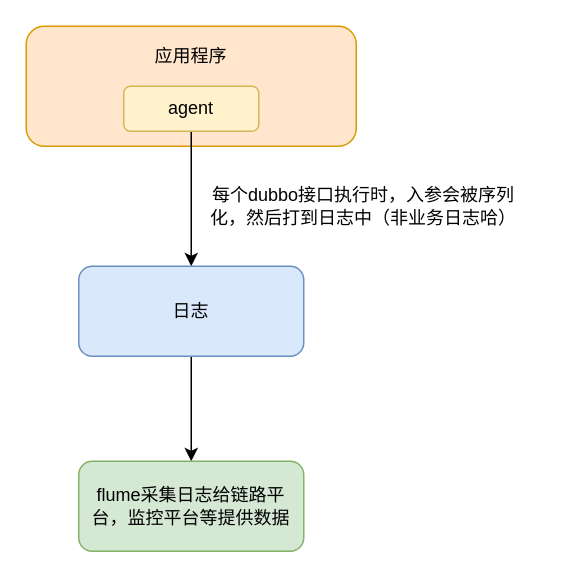
Earlier version of the draw.io diagram jvm/链路大盘.drawio (erlieStar/diagrams). Source tidied: cells renumbered, new cells numbered last; positions are measured from the earlier drawing's top-left corner, leaving out a move shared by most shapes. Both pictures are drawn from the tidied source at 150%, with x=0, y=0 at pixel (26, 26).
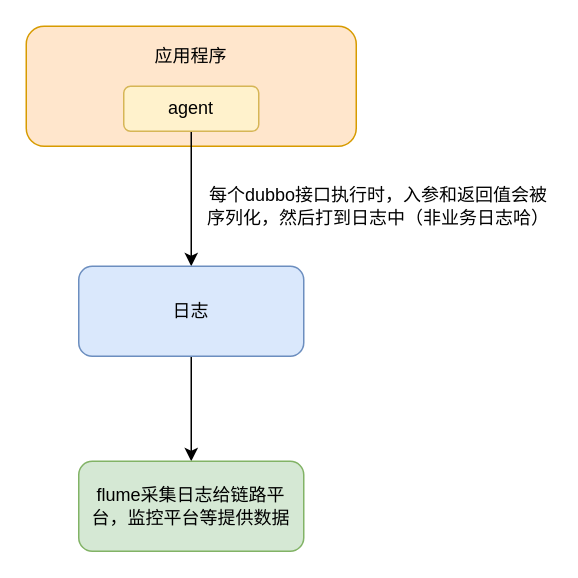
After the change.

Diff of the diagram source:
```diff
@@
 <mxGraphModel>
   <root>
     <mxCell id="0" />
     <mxCell id="1" parent="0" />
     <mxCell id="2" style="rounded=1;whiteSpace=wrap;html=1;fillColor=#ffe6cc;strokeColor=#d79b00;" parent="1" vertex="1">
       <mxGeometry width="220" height="80" as="geometry" />
     </mxCell>
     <mxCell id="3" style="edgeStyle=orthogonalEdgeStyle;rounded=0;jettySize=auto;html=1;exitX=0.5;exitY=1;exitDx=0;exitDy=0;" parent="1" edge="1" source="4" target="7">
       <mxGeometry relative="1" as="geometry" />
     </mxCell>
     <mxCell id="4" value="agent" style="rounded=1;whiteSpace=wrap;html=1;fillColor=#fff2cc;strokeColor=#d6b656;" parent="1" vertex="1">
       <mxGeometry x="65" y="40" width="90" height="30" as="geometry" />
     </mxCell>
     <mxCell id="5" value="应用程序" style="text;html=1;strokeColor=none;fillColor=none;align=center;verticalAlign=middle;whiteSpace=wrap;rounded=0;" parent="1" vertex="1">
       <mxGeometry x="80" y="10" width="60" height="20" as="geometry" />
     </mxCell>
     <mxCell id="6" style="edgeStyle=orthogonalEdgeStyle;rounded=0;jettySize=auto;html=1;exitX=0.5;exitY=1;exitDx=0;exitDy=0;entryX=0.5;entryY=0;entryDx=0;entryDy=0;" parent="1" edge="1" source="7" target="9">
       <mxGeometry relative="1" as="geometry" />
     </mxCell>
     <mxCell id="7" value="日志" style="rounded=1;whiteSpace=wrap;html=1;fillColor=#dae8fc;strokeColor=#6c8ebf;" parent="1" vertex="1">
       <mxGeometry x="35" y="160" width="150" height="60" as="geometry" />
     </mxCell>
-    <mxCell id="8" value="每个dubbo接口执行时，入参会被序列化，然后打到日志中（非业务日志哈）" style="text;html=1;strokeColor=none;fillColor=none;align=center;verticalAlign=middle;whiteSpace=wrap;rounded=0;" parent="1" vertex="1">
-      <mxGeometry x="120" y="100" width="210" height="40" as="geometry" />
+    <mxCell id="8" value="每个dubbo接口执行时，入参和返回值会被序列化，然后打到日志中（非业务日志哈）" style="text;html=1;strokeColor=none;fillColor=none;align=center;verticalAlign=middle;whiteSpace=wrap;rounded=0;" parent="1" vertex="1">
+      <mxGeometry x="120" y="100" width="230" height="40" as="geometry" />
     </mxCell>
     <mxCell id="9" value="flume采集日志给链路平台，监控平台等提供数据" style="rounded=1;whiteSpace=wrap;html=1;fillColor=#d5e8d4;strokeColor=#82b366;" parent="1" vertex="1">
       <mxGeometry x="35" y="290" width="150" height="60" as="geometry" />
     </mxCell>
   </root>
 </mxGraphModel>
```
